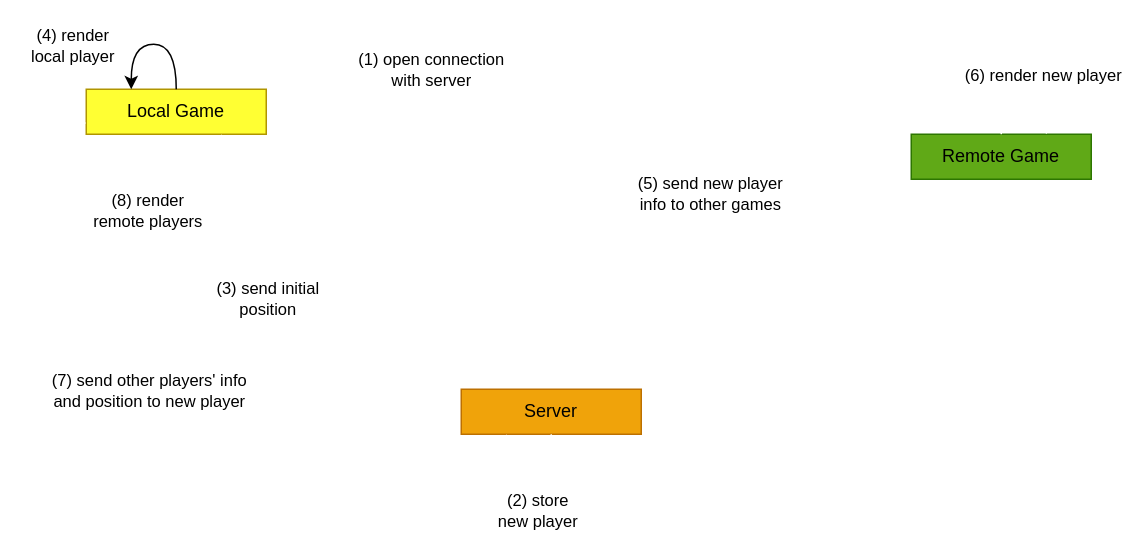
sblasetti/unity-multiplayer-poc keeps this draw.io diagram as page "Player Connects" (1 of 3) of server/events.drawio. Above is the earlier version. Source tidied: cells renumbered, new cells numbered last; positions are measured from the earlier drawing's top-left corner, leaving out a move shared by most shapes. Both pictures are drawn from the tidied source at 150%, with x=0, y=0 at pixel (26, 44).
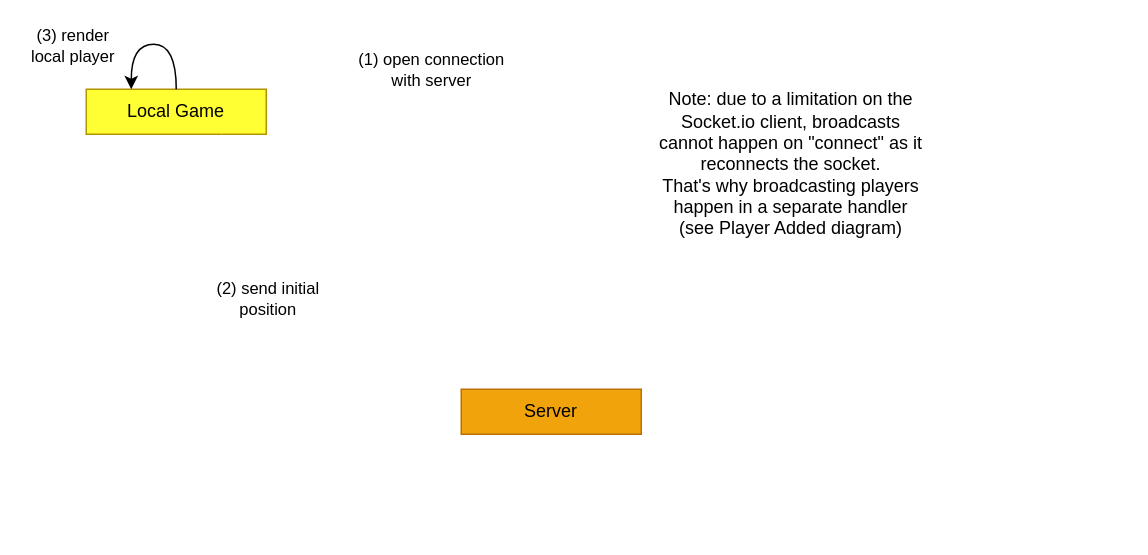
After the change.

Commit message (it also covers changes not shown here):
WIP new events for player joining the game

Unchanged cells that the change refers to:
```xml
<mxCell id="6" value="Local Game" style="rounded=0;whiteSpace=wrap;html=1;fillColor=#FFFF33;strokeColor=#B09500;fontColor=#000000;" parent="1" vertex="1">
  <mxGeometry x="40" y="30" width="120" height="30" as="geometry" />
</mxCell>
<mxCell id="11" style="edgeStyle=orthogonalEdgeStyle;curved=1;rounded=0;jettySize=auto;html=1;exitX=0;exitY=0.25;exitDx=0;exitDy=0;entryX=0.75;entryY=1;entryDx=0;entryDy=0;strokeColor=#FFFFFF;" parent="1" edge="1" source="13" target="6">
  <mxGeometry relative="1" as="geometry" />
</mxCell>
<mxCell id="13" value="Server" style="rounded=0;whiteSpace=wrap;html=1;fillColor=#f0a30a;strokeColor=#BD7000;fontColor=#000000;" parent="1" vertex="1">
  <mxGeometry x="290" y="230" width="120" height="30" as="geometry" />
</mxCell>
<mxCell id="19" style="edgeStyle=orthogonalEdgeStyle;rounded=0;orthogonalLoop=1;jettySize=auto;html=1;exitX=0.5;exitY=0;exitDx=0;exitDy=0;entryX=0.25;entryY=0;entryDx=0;entryDy=0;curved=1;" parent="1" edge="1" source="6" target="6">
  <mxGeometry relative="1" as="geometry">
    <Array as="points">
      <mxPoint x="100" />
      <mxPoint x="70" />
    </Array>
  </mxGeometry>
</mxCell>
```

Change to the diagram source:
```diff
@@
-    <mxCell id="2" style="edgeStyle=orthogonalEdgeStyle;curved=1;rounded=0;orthogonalLoop=1;jettySize=auto;html=1;exitX=0.5;exitY=1;exitDx=0;exitDy=0;entryX=0.25;entryY=1;entryDx=0;entryDy=0;strokeColor=#FFFFFF;" parent="1" edge="1" source="6" target="6">
-      <mxGeometry relative="1" as="geometry">
-        <Array as="points">
-          <mxPoint x="100" y="90" />
-          <mxPoint x="70" y="90" />
-        </Array>
-      </mxGeometry>
-    </mxCell>
-    <mxCell id="3" value="(8) render &lt;br&gt;remote players" style="edgeLabel;html=1;align=center;verticalAlign=middle;" parent="2" vertex="1">
-      <mxGeometry x="0.29" y="-3" relative="1" as="geometry">
-        <mxPoint x="8" y="23" as="offset" />
-      </mxGeometry>
-    </mxCell>
@@
-    <mxCell id="7" style="edgeStyle=orthogonalEdgeStyle;curved=1;rounded=0;jettySize=auto;html=1;exitX=0.75;exitY=0;exitDx=0;exitDy=0;entryX=0;entryY=0.5;entryDx=0;entryDy=0;strokeColor=#FFFFFF;" parent="1" edge="1" source="13" target="14">
-      <mxGeometry relative="1" as="geometry" />
-    </mxCell>
-    <mxCell id="8" value="(5) send new player &lt;br&gt;info to other games " style="edgeLabel;html=1;align=center;verticalAlign=middle;" parent="7" vertex="1">
-      <mxGeometry x="0.26" y="-24" relative="1" as="geometry" />
-    </mxCell>
-    <mxCell id="9" style="edgeStyle=orthogonalEdgeStyle;curved=1;rounded=0;jettySize=auto;html=1;exitX=0;exitY=0.75;exitDx=0;exitDy=0;entryX=0;entryY=0.75;entryDx=0;entryDy=0;strokeColor=#FFFFFF;fillColor=#60a917;" parent="1" edge="1" source="13" target="6">
-      <mxGeometry relative="1" as="geometry">
-        <Array as="points">
-          <mxPoint y="253" />
-          <mxPoint y="53" />
-        </Array>
-      </mxGeometry>
-    </mxCell>
-    <mxCell id="10" value="(7) send other players' info &lt;br&gt;and position&amp;nbsp;to new player" style="edgeLabel;html=1;align=center;verticalAlign=middle;" parent="9" vertex="1">
-      <mxGeometry x="-0.36" y="-36" relative="1" as="geometry">
-        <mxPoint x="-39" y="13.5" as="offset" />
-      </mxGeometry>
-    </mxCell>
@@
-    <mxCell id="12" value="(3) send initial&lt;br&gt;position" style="edgeLabel;html=1;align=center;verticalAlign=middle;" parent="11" vertex="1">
+    <mxCell id="12" value="(2) send initial &lt;br&gt;position" style="edgeLabel;html=1;align=center;verticalAlign=middle;" parent="11" vertex="1">
       <mxGeometry y="-26" relative="1" as="geometry">
         <mxPoint x="4" y="-59.5" as="offset" />
       </mxGeometry>
     </mxCell>
@@
-    <mxCell id="14" value="Remote Game" style="rounded=0;whiteSpace=wrap;html=1;fillColor=#60a917;strokeColor=#2D7600;fontColor=#000000;" parent="1" vertex="1">
-      <mxGeometry x="590" y="60" width="120" height="30" as="geometry" />
-    </mxCell>
-    <mxCell id="15" style="edgeStyle=orthogonalEdgeStyle;rounded=0;orthogonalLoop=1;jettySize=auto;html=1;exitX=0.5;exitY=0;exitDx=0;exitDy=0;entryX=0.75;entryY=0;entryDx=0;entryDy=0;curved=1;strokeColor=#FFFFFF;" parent="1" edge="1" source="14" target="14">
-      <mxGeometry relative="1" as="geometry">
-        <Array as="points">
-          <mxPoint x="650" y="30" />
-          <mxPoint x="680" y="30" />
-        </Array>
-      </mxGeometry>
-    </mxCell>
-    <mxCell id="16" value="(6) render new player" style="edgeLabel;html=1;align=center;verticalAlign=middle;" parent="15" vertex="1">
-      <mxGeometry x="0.27" y="-3" relative="1" as="geometry">
-        <mxPoint y="-13" as="offset" />
-      </mxGeometry>
-    </mxCell>
-    <mxCell id="17" style="edgeStyle=orthogonalEdgeStyle;curved=1;rounded=0;orthogonalLoop=1;jettySize=auto;html=1;exitX=0.5;exitY=1;exitDx=0;exitDy=0;entryX=0.25;entryY=1;entryDx=0;entryDy=0;strokeColor=#FFFFFF;" parent="1" edge="1" source="13" target="13">
-      <mxGeometry relative="1" as="geometry">
-        <Array as="points">
-          <mxPoint x="350" y="290" />
-          <mxPoint x="320" y="290" />
-        </Array>
-      </mxGeometry>
-    </mxCell>
-    <mxCell id="18" value="(2) store &lt;br&gt;new player" style="edgeLabel;html=1;align=center;verticalAlign=middle;" parent="17" vertex="1">
-      <mxGeometry x="-0.4" y="-4" relative="1" as="geometry">
-        <mxPoint x="-6" y="23" as="offset" />
-      </mxGeometry>
-    </mxCell>
@@
-    <mxCell id="20" value="(4) render &lt;br&gt;local player" style="edgeLabel;html=1;align=center;verticalAlign=middle;" parent="19" vertex="1">
+    <mxCell id="20" value="(3) render &lt;br&gt;local player" style="edgeLabel;html=1;align=center;verticalAlign=middle;" parent="19" vertex="1">
       <mxGeometry x="-0.42" y="5" relative="1" as="geometry">
         <mxPoint x="-65" y="-4" as="offset" />
       </mxGeometry>
     </mxCell>
+    <mxCell id="21" value="Note: due to a limitation on the Socket.io client, broadcasts cannot happen on &quot;connect&quot; as it reconnects the socket.&lt;br&gt;That's why broadcasting players happen in a separate handler (see Player Added diagram)" style="text;html=1;strokeColor=none;fillColor=none;align=center;verticalAlign=middle;whiteSpace=wrap;rounded=0;" parent="1" vertex="1">
+      <mxGeometry x="420" y="10" width="180" height="140" as="geometry" />
+    </mxCell>
```
